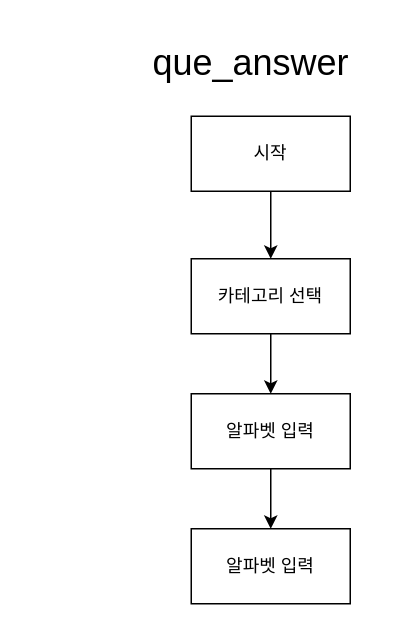
Earlier version of the draw.io diagram Project/C_행맨 프로젝트/HangManDraw.drawio (springpoet/Big_data_study). Source tidied: cells renumbered, new cells numbered last; positions are measured from the earlier drawing's top-left corner, leaving out a move shared by most shapes. Both pictures are drawn from the tidied source at 150%, with x=0, y=0 at pixel (130, 33).
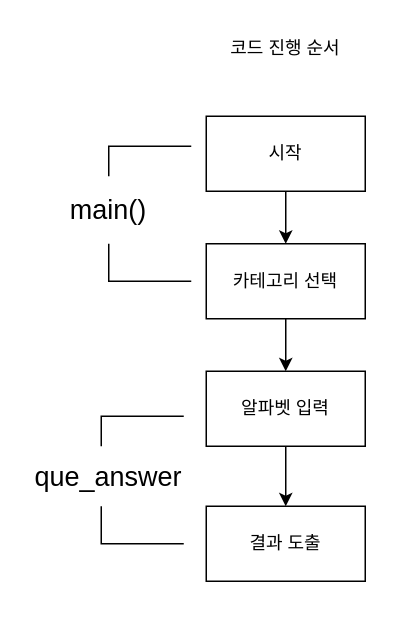
The same diagram, later.

Diff of the diagram source:
```diff
@@
     <mxCell id="2" style="edgeStyle=orthogonalEdgeStyle;rounded=0;jettySize=auto;html=1;fontSize=18;" parent="1" edge="1" source="3">
       <mxGeometry relative="1" as="geometry">
-        <mxPoint x="93" y="150" as="targetPoint" />
+        <mxPoint x="103" y="140" as="targetPoint" />
       </mxGeometry>
     </mxCell>
     <mxCell id="3" value="시작" style="rounded=0;whiteSpace=wrap;html=1;" parent="1" vertex="1">
-      <mxGeometry x="40" y="55" width="106" height="50" as="geometry" />
+      <mxGeometry x="50" y="55" width="106" height="50" as="geometry" />
     </mxCell>
+    <mxCell id="10" style="edgeStyle=orthogonalEdgeStyle;rounded=0;jettySize=auto;html=1;entryX=0.5;entryY=0;entryDx=0;entryDy=0;" parent="1" edge="1" source="6" target="13">
+      <mxGeometry relative="1" as="geometry" />
+    </mxCell>
+    <mxCell id="6" value="카테고리 선택" style="rounded=0;whiteSpace=wrap;html=1;" parent="1" vertex="1">
+      <mxGeometry x="50" y="140" width="106" height="50" as="geometry" />
+    </mxCell>
+    <mxCell id="11" value="코드 진행 순서" style="text;html=1;strokeColor=none;fillColor=none;align=center;verticalAlign=middle;whiteSpace=wrap;rounded=0;" parent="1" vertex="1">
+      <mxGeometry x="53" y="-5" width="100" height="30" as="geometry" />
+    </mxCell>
+    <mxCell id="12" style="edgeStyle=orthogonalEdgeStyle;rounded=0;jettySize=auto;html=1;entryX=0.5;entryY=0;entryDx=0;entryDy=0;" parent="1" edge="1" source="13" target="14">
+      <mxGeometry relative="1" as="geometry" />
+    </mxCell>
+    <mxCell id="13" value="알파벳 입력" style="rounded=0;whiteSpace=wrap;html=1;" parent="1" vertex="1">
+      <mxGeometry x="50" y="225" width="106" height="50" as="geometry" />
+    </mxCell>
+    <mxCell id="14" value="결과 도출" style="rounded=0;whiteSpace=wrap;html=1;" parent="1" vertex="1">
+      <mxGeometry x="50" y="315" width="106" height="50" as="geometry" />
+    </mxCell>
+    <mxCell id="15" value="&lt;font style=&quot;font-size: 18px;&quot;&gt;main()&lt;/font&gt;" style="text;html=1;strokeColor=none;fillColor=none;align=center;verticalAlign=middle;whiteSpace=wrap;rounded=0;" parent="1" vertex="1">
+      <mxGeometry x="-50" y="95" width="70" height="45" as="geometry" />
+    </mxCell>
-    <mxCell id="4" value="&lt;span style=&quot;font-size: 24px;&quot;&gt;que_answer&lt;br&gt;&lt;/span&gt;" style="text;html=1;strokeColor=none;fillColor=none;align=center;verticalAlign=middle;whiteSpace=wrap;rounded=0;" parent="1" vertex="1">
-      <mxGeometry width="160" height="40" as="geometry" />
+    <mxCell id="4" value="que_answer" style="text;html=1;strokeColor=none;fillColor=none;align=center;verticalAlign=middle;whiteSpace=wrap;rounded=0;fontSize=18;" parent="1" vertex="1">
+      <mxGeometry x="-70" y="281" width="110" height="30" as="geometry" />
     </mxCell>
-    <mxCell id="5" style="edgeStyle=orthogonalEdgeStyle;rounded=0;jettySize=auto;html=1;fontSize=18;" parent="1" edge="1" source="6">
-      <mxGeometry relative="1" as="geometry">
-        <mxPoint x="93" y="240" as="targetPoint" />
-      </mxGeometry>
-    </mxCell>
-    <mxCell id="6" value="카테고리 선택" style="rounded=0;whiteSpace=wrap;html=1;" parent="1" vertex="1">
-      <mxGeometry x="40" y="150" width="106" height="50" as="geometry" />
-    </mxCell>
-    <mxCell id="7" style="edgeStyle=orthogonalEdgeStyle;rounded=0;jettySize=auto;html=1;fontSize=18;" parent="1" edge="1" source="8">
-      <mxGeometry relative="1" as="geometry">
-        <mxPoint x="93" y="330" as="targetPoint" />
-      </mxGeometry>
-    </mxCell>
-    <mxCell id="8" value="알파벳 입력" style="rounded=0;whiteSpace=wrap;html=1;" parent="1" vertex="1">
-      <mxGeometry x="40" y="240" width="106" height="50" as="geometry" />
-    </mxCell>
-    <mxCell id="9" value="알파벳 입력" style="rounded=0;whiteSpace=wrap;html=1;" parent="1" vertex="1">
-      <mxGeometry x="40" y="330" width="106" height="50" as="geometry" />
-    </mxCell>
+    <mxCell id="16" style="endArrow=none;html=1;rounded=0;fontSize=18;exitX=0.5;exitY=0;exitDx=0;exitDy=0;" parent="1" edge="1" source="15">
+      <mxGeometry relative="1" as="geometry">
+        <mxPoint x="40" y="75" as="targetPoint" />
+        <Array as="points">
+          <mxPoint x="-15" y="75" />
+        </Array>
+      </mxGeometry>
+    </mxCell>
+    <mxCell id="17" style="endArrow=none;html=1;rounded=0;fontSize=18;exitX=0.5;exitY=0;exitDx=0;exitDy=0;" parent="1" edge="1">
+      <mxGeometry relative="1" as="geometry">
+        <mxPoint x="-20" y="275" as="sourcePoint" />
+        <mxPoint x="35" y="255" as="targetPoint" />
+        <Array as="points">
+          <mxPoint x="-20" y="255" />
+        </Array>
+      </mxGeometry>
+    </mxCell>
+    <mxCell id="18" style="endArrow=none;html=1;rounded=0;fontSize=18;exitX=0.5;exitY=1;exitDx=0;exitDy=0;" parent="1" edge="1" source="15">
+      <mxGeometry relative="1" as="geometry">
+        <mxPoint x="40" y="165" as="targetPoint" />
+        <Array as="points">
+          <mxPoint x="-15" y="165" />
+        </Array>
+      </mxGeometry>
+    </mxCell>
+    <mxCell id="19" style="endArrow=none;html=1;rounded=0;fontSize=18;exitX=0.5;exitY=1;exitDx=0;exitDy=0;" parent="1" edge="1">
+      <mxGeometry relative="1" as="geometry">
+        <mxPoint x="-20" y="315" as="sourcePoint" />
+        <mxPoint x="35" y="340" as="targetPoint" />
+        <Array as="points">
+          <mxPoint x="-20" y="340" />
+        </Array>
+      </mxGeometry>
+    </mxCell>
```
